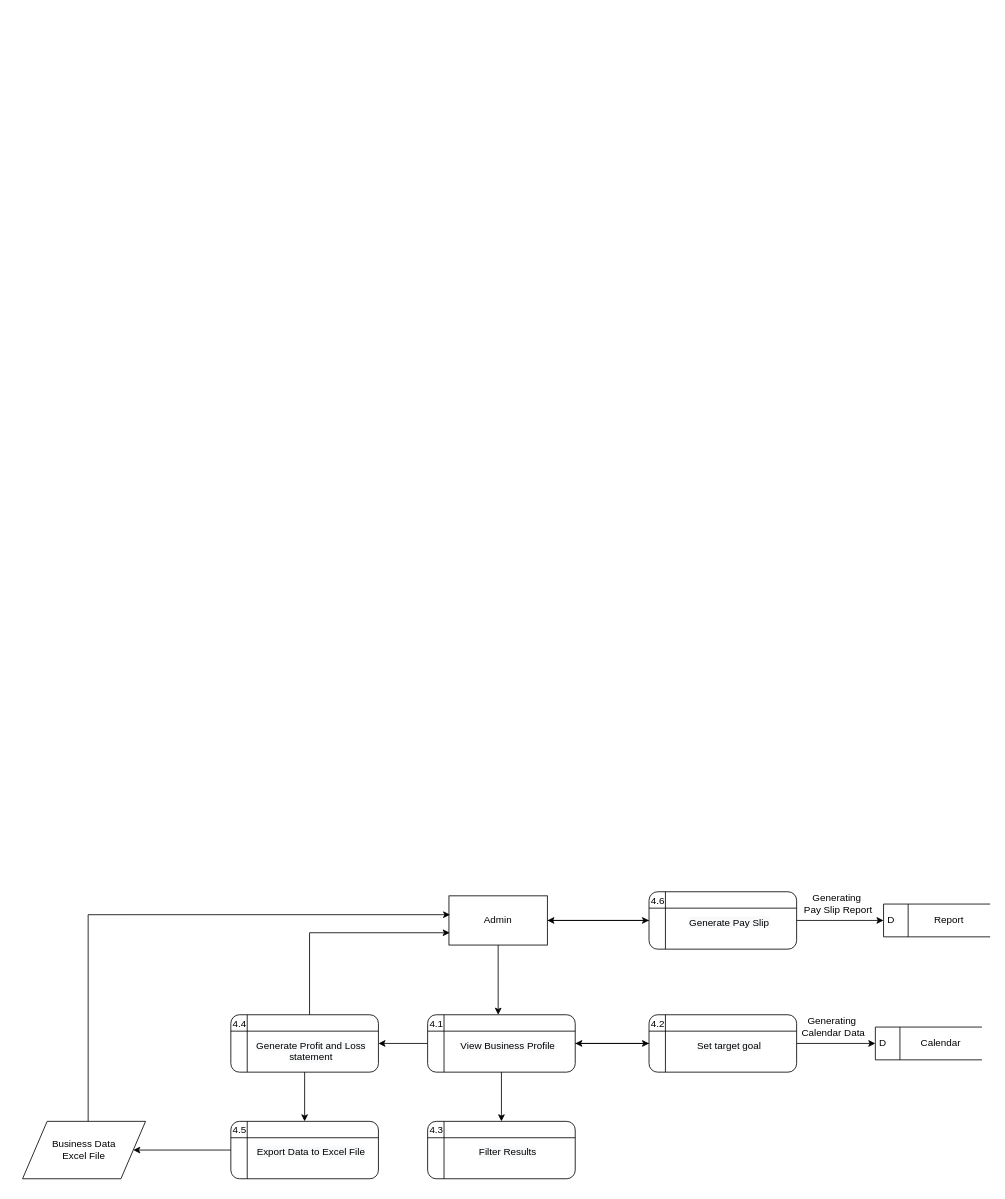
Before: page "Revision Level 2 DFD (Business Analytics)" (6 of 6) of DFD DIAGRAMS.drawio in BryanFabellore/Team_SPOTLIGHT, a draw.io diagram. Source tidied: cells renumbered, new cells numbered last; positions are measured from the earlier drawing's top-left corner, leaving out a move shared by most shapes. Both pictures are drawn from the tidied source at 82%, with x=0, y=0 at pixel (22, 891).
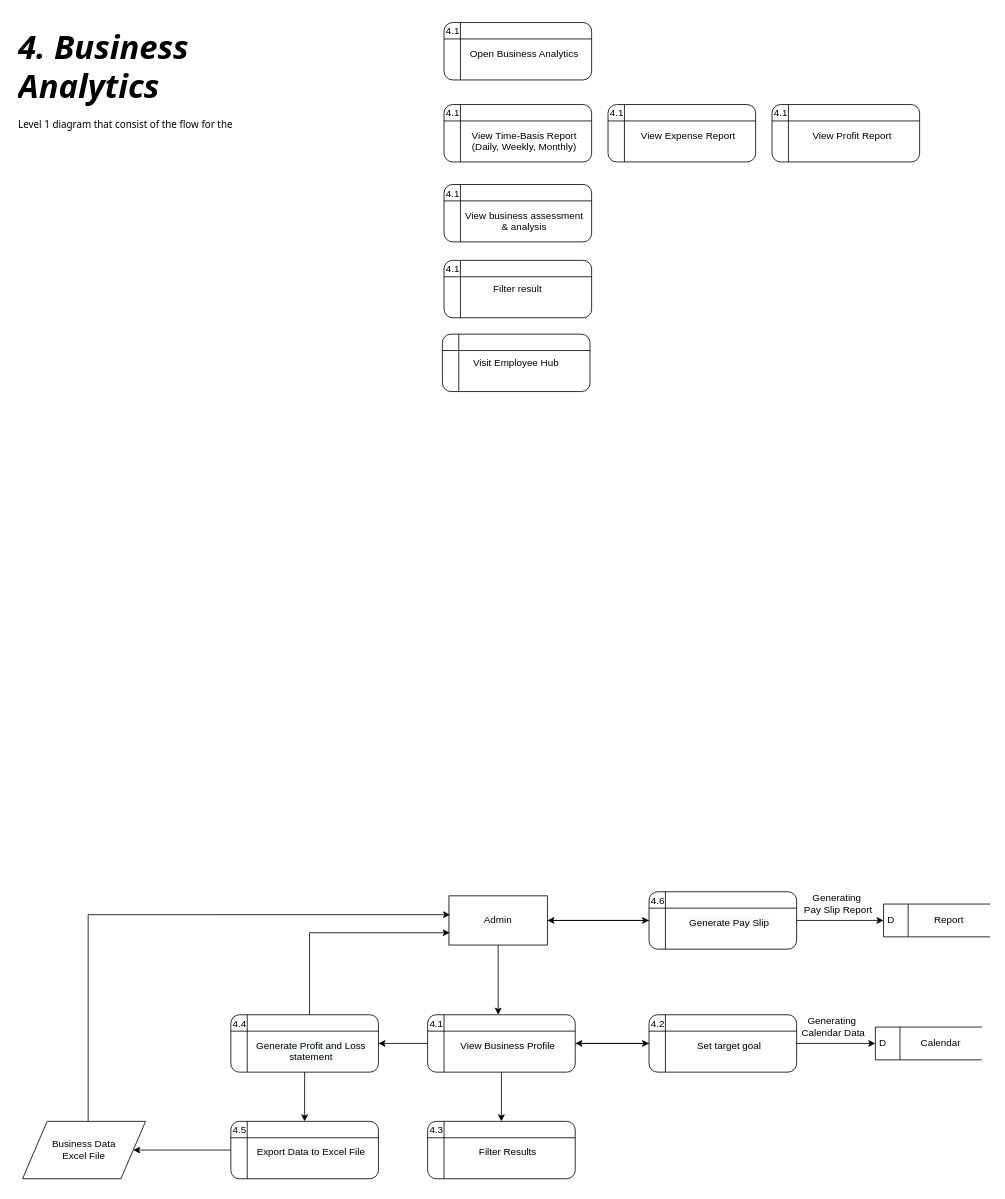
The same page after the edit.

Change to the diagram source:
```diff
@@
+    <mxCell id="55" value="&lt;h1&gt;&lt;font face=&quot;Tahoma&quot;&gt;&lt;span style=&quot;font-size: 40px;&quot;&gt;&lt;i&gt;4. Business Analytics&lt;/i&gt;&lt;/span&gt;&lt;/font&gt;&lt;/h1&gt;&lt;p&gt;&lt;font face=&quot;Tahoma&quot;&gt;Level 1 diagram that consist of&amp;nbsp;the flow for the&amp;nbsp;&lt;/font&gt;&lt;/p&gt;" style="text;html=1;strokeColor=none;fillColor=none;spacing=5;spacingTop=-20;whiteSpace=wrap;overflow=hidden;rounded=0;" parent="1" vertex="1">
+      <mxGeometry x="-10" y="-1060" width="290" height="197.5" as="geometry" />
+    </mxCell>
+    <mxCell id="56" style="group;" parent="1" vertex="1">
+      <mxGeometry x="510" y="-1060" width="184" height="70" as="geometry" />
+    </mxCell>
+    <mxCell id="57" style="shape=internalStorage;whiteSpace=wrap;html=1;backgroundOutline=1;rounded=1;strokeColor=default;fontFamily=Helvetica;fontSize=12;fontColor=default;fillColor=#FFFFFF;" parent="56" vertex="1">
+      <mxGeometry x="4" width="180" height="70" as="geometry" />
+    </mxCell>
+    <mxCell id="58" value="4.1" style="text;html=1;strokeColor=none;fillColor=none;align=center;verticalAlign=middle;whiteSpace=wrap;rounded=0;" parent="56" vertex="1">
+      <mxGeometry y="1" width="30" height="20" as="geometry" />
+    </mxCell>
+    <mxCell id="59" value="Open Business Analytics" style="text;whiteSpace=wrap;html=1;align=center;" parent="56" vertex="1">
+      <mxGeometry x="27" y="24" width="150" height="40" as="geometry" />
+    </mxCell>
+    <mxCell id="60" style="edgeStyle=orthogonalEdgeStyle;rounded=0;orthogonalLoop=1;jettySize=auto;html=1;exitX=0.5;exitY=1;exitDx=0;exitDy=0;" parent="56" edge="1">
+      <mxGeometry relative="1" as="geometry">
+        <mxPoint x="-168" y="69" as="sourcePoint" />
+        <mxPoint x="-168" y="69" as="targetPoint" />
+      </mxGeometry>
+    </mxCell>
+    <mxCell id="61" style="group;" parent="1" vertex="1">
+      <mxGeometry x="510" y="-960" width="184" height="70" as="geometry" />
+    </mxCell>
+    <mxCell id="62" style="shape=internalStorage;whiteSpace=wrap;html=1;backgroundOutline=1;rounded=1;strokeColor=default;fontFamily=Helvetica;fontSize=12;fontColor=default;fillColor=#FFFFFF;" parent="61" vertex="1">
+      <mxGeometry x="4" width="180" height="70" as="geometry" />
+    </mxCell>
+    <mxCell id="63" value="4.1" style="text;html=1;strokeColor=none;fillColor=none;align=center;verticalAlign=middle;whiteSpace=wrap;rounded=0;" parent="61" vertex="1">
+      <mxGeometry y="1" width="30" height="20" as="geometry" />
+    </mxCell>
+    <mxCell id="64" value="View Time-Basis Report (Daily, Weekly, Monthly)" style="text;whiteSpace=wrap;html=1;align=center;" parent="61" vertex="1">
+      <mxGeometry x="27" y="24" width="150" height="40" as="geometry" />
+    </mxCell>
+    <mxCell id="65" style="edgeStyle=orthogonalEdgeStyle;rounded=0;orthogonalLoop=1;jettySize=auto;html=1;exitX=0.5;exitY=1;exitDx=0;exitDy=0;" parent="61" edge="1">
+      <mxGeometry relative="1" as="geometry">
+        <mxPoint x="-168" y="69" as="sourcePoint" />
+        <mxPoint x="-168" y="69" as="targetPoint" />
+      </mxGeometry>
+    </mxCell>
+    <mxCell id="66" style="group;" parent="1" vertex="1">
+      <mxGeometry x="710" y="-960" width="184" height="70" as="geometry" />
+    </mxCell>
+    <mxCell id="67" style="shape=internalStorage;whiteSpace=wrap;html=1;backgroundOutline=1;rounded=1;strokeColor=default;fontFamily=Helvetica;fontSize=12;fontColor=default;fillColor=#FFFFFF;" parent="66" vertex="1">
+      <mxGeometry x="4" width="180" height="70" as="geometry" />
+    </mxCell>
+    <mxCell id="68" value="4.1" style="text;html=1;strokeColor=none;fillColor=none;align=center;verticalAlign=middle;whiteSpace=wrap;rounded=0;" parent="66" vertex="1">
+      <mxGeometry y="1" width="30" height="20" as="geometry" />
+    </mxCell>
+    <mxCell id="69" value="View Expense Report" style="text;whiteSpace=wrap;html=1;align=center;" parent="66" vertex="1">
+      <mxGeometry x="27" y="24" width="150" height="40" as="geometry" />
+    </mxCell>
+    <mxCell id="70" style="edgeStyle=orthogonalEdgeStyle;rounded=0;orthogonalLoop=1;jettySize=auto;html=1;exitX=0.5;exitY=1;exitDx=0;exitDy=0;" parent="66" edge="1">
+      <mxGeometry relative="1" as="geometry">
+        <mxPoint x="-168" y="69" as="sourcePoint" />
+        <mxPoint x="-168" y="69" as="targetPoint" />
+      </mxGeometry>
+    </mxCell>
+    <mxCell id="71" style="group;" parent="1" vertex="1">
+      <mxGeometry x="910" y="-960" width="184" height="70" as="geometry" />
+    </mxCell>
+    <mxCell id="72" style="shape=internalStorage;whiteSpace=wrap;html=1;backgroundOutline=1;rounded=1;strokeColor=default;fontFamily=Helvetica;fontSize=12;fontColor=default;fillColor=#FFFFFF;" parent="71" vertex="1">
+      <mxGeometry x="4" width="180" height="70" as="geometry" />
+    </mxCell>
+    <mxCell id="73" value="4.1" style="text;html=1;strokeColor=none;fillColor=none;align=center;verticalAlign=middle;whiteSpace=wrap;rounded=0;" parent="71" vertex="1">
+      <mxGeometry y="1" width="30" height="20" as="geometry" />
+    </mxCell>
+    <mxCell id="74" value="View Profit Report" style="text;whiteSpace=wrap;html=1;align=center;" parent="71" vertex="1">
+      <mxGeometry x="27" y="24" width="150" height="40" as="geometry" />
+    </mxCell>
+    <mxCell id="75" style="edgeStyle=orthogonalEdgeStyle;rounded=0;orthogonalLoop=1;jettySize=auto;html=1;exitX=0.5;exitY=1;exitDx=0;exitDy=0;" parent="71" edge="1">
+      <mxGeometry relative="1" as="geometry">
+        <mxPoint x="-168" y="69" as="sourcePoint" />
+        <mxPoint x="-168" y="69" as="targetPoint" />
+      </mxGeometry>
+    </mxCell>
+    <mxCell id="76" style="group;" parent="1" vertex="1">
+      <mxGeometry x="510" y="-862.5" width="184" height="70" as="geometry" />
+    </mxCell>
+    <mxCell id="77" style="shape=internalStorage;whiteSpace=wrap;html=1;backgroundOutline=1;rounded=1;strokeColor=default;fontFamily=Helvetica;fontSize=12;fontColor=default;fillColor=#FFFFFF;" parent="76" vertex="1">
+      <mxGeometry x="4" width="180" height="70" as="geometry" />
+    </mxCell>
+    <mxCell id="78" value="4.1" style="text;html=1;strokeColor=none;fillColor=none;align=center;verticalAlign=middle;whiteSpace=wrap;rounded=0;" parent="76" vertex="1">
+      <mxGeometry y="1" width="30" height="20" as="geometry" />
+    </mxCell>
+    <mxCell id="79" value="View business assessment &amp;amp; analysis" style="text;whiteSpace=wrap;html=1;align=center;" parent="76" vertex="1">
+      <mxGeometry x="27" y="24" width="150" height="40" as="geometry" />
+    </mxCell>
+    <mxCell id="80" style="edgeStyle=orthogonalEdgeStyle;rounded=0;orthogonalLoop=1;jettySize=auto;html=1;exitX=0.5;exitY=1;exitDx=0;exitDy=0;" parent="76" edge="1">
+      <mxGeometry relative="1" as="geometry">
+        <mxPoint x="-168" y="69" as="sourcePoint" />
+        <mxPoint x="-168" y="69" as="targetPoint" />
+      </mxGeometry>
+    </mxCell>
+    <mxCell id="81" style="group;" parent="1" vertex="1">
+      <mxGeometry x="510" y="-770" width="184" height="70" as="geometry" />
+    </mxCell>
+    <mxCell id="82" value="Filter result" style="shape=internalStorage;whiteSpace=wrap;html=1;backgroundOutline=1;rounded=1;strokeColor=default;fontFamily=Helvetica;fontSize=12;fontColor=default;fillColor=#FFFFFF;" parent="81" vertex="1">
+      <mxGeometry x="4" width="180" height="70" as="geometry" />
+    </mxCell>
+    <mxCell id="83" value="4.1" style="text;html=1;strokeColor=none;fillColor=none;align=center;verticalAlign=middle;whiteSpace=wrap;rounded=0;" parent="81" vertex="1">
+      <mxGeometry y="1" width="30" height="20" as="geometry" />
+    </mxCell>
+    <mxCell id="84" style="edgeStyle=orthogonalEdgeStyle;rounded=0;orthogonalLoop=1;jettySize=auto;html=1;exitX=0.5;exitY=1;exitDx=0;exitDy=0;" parent="81" edge="1">
+      <mxGeometry relative="1" as="geometry">
+        <mxPoint x="-168" y="69" as="sourcePoint" />
+        <mxPoint x="-168" y="69" as="targetPoint" />
+      </mxGeometry>
+    </mxCell>
+    <mxCell id="85" value="Visit Employee Hub" style="shape=internalStorage;whiteSpace=wrap;html=1;backgroundOutline=1;rounded=1;strokeColor=default;fontFamily=Helvetica;fontSize=12;fontColor=default;fillColor=#FFFFFF;" parent="1" vertex="1">
+      <mxGeometry x="512" y="-680" width="180" height="70" as="geometry" />
+    </mxCell>
```
